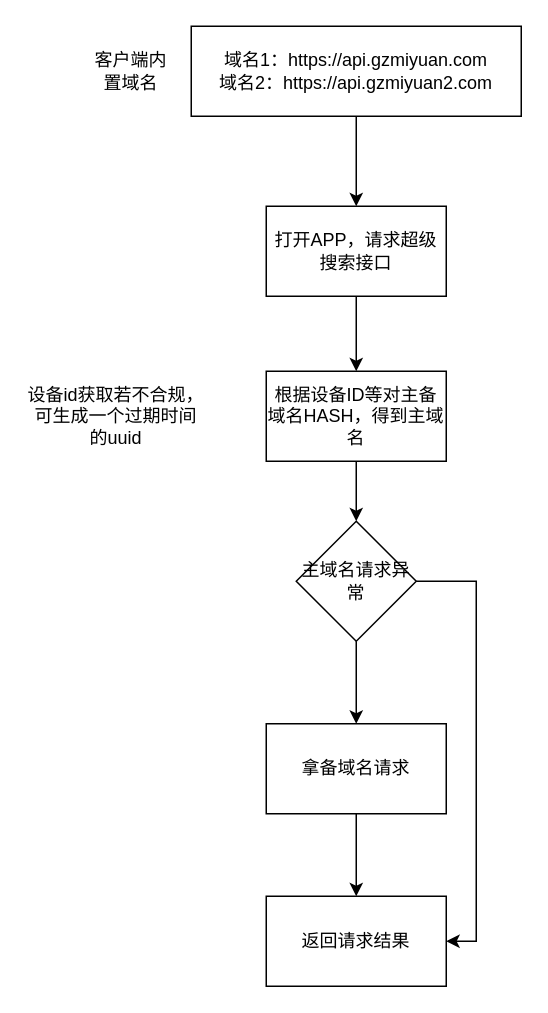
This is 用户维度获取主备域名.drawio from smallleaf/draw.io, a draw.io file, before an edit. Source tidied: cells renumbered, new cells numbered last; positions are measured from the earlier drawing's top-left corner, leaving out a move shared by most shapes. Both pictures are drawn from the tidied source at 150%, with x=0, y=0 at pixel (26, 26).
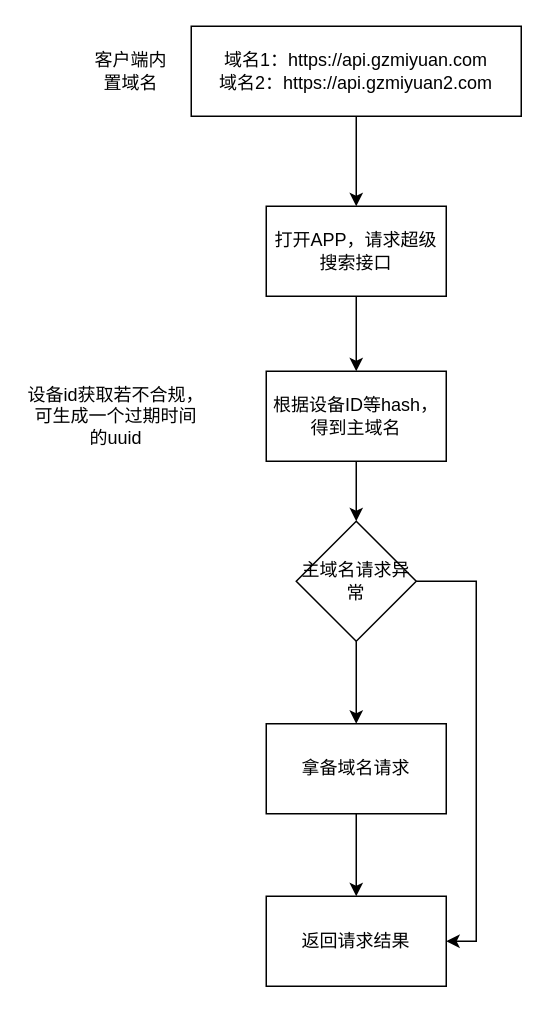
After the change.

Commit message (it also covers changes not shown here):
更新用户维度获取主备域名.drawio

Change to the diagram source:
```diff
@@
 <mxGraphModel>
   <root>
     <mxCell id="0" />
     <mxCell id="1" parent="0" />
     <mxCell id="2" style="edgeStyle=orthogonalEdgeStyle;rounded=0;jettySize=auto;html=1;exitX=0.5;exitY=1;exitDx=0;exitDy=0;entryX=0.5;entryY=0;entryDx=0;entryDy=0;" parent="1" edge="1" source="3" target="6">
       <mxGeometry relative="1" as="geometry" />
     </mxCell>
     <mxCell id="3" value="&lt;span style=&quot;text-wrap: nowrap;&quot;&gt;域名1：https://api.gzmiyuan.com&lt;/span&gt;&lt;div style=&quot;text-wrap: nowrap;&quot;&gt;域名2：https://api.gzmiyuan2.com&lt;/div&gt;" style="rounded=0;whiteSpace=wrap;html=1;" parent="1" vertex="1">
       <mxGeometry x="110" width="220" height="60" as="geometry" />
     </mxCell>
     <mxCell id="4" value="客户端内置域名" style="text;html=1;align=center;verticalAlign=middle;whiteSpace=wrap;rounded=0;" parent="1" vertex="1">
       <mxGeometry x="40" y="17.5" width="60" height="25" as="geometry" />
     </mxCell>
     <mxCell id="5" style="edgeStyle=orthogonalEdgeStyle;rounded=0;jettySize=auto;html=1;exitX=0.5;exitY=1;exitDx=0;exitDy=0;entryX=0.5;entryY=0;entryDx=0;entryDy=0;" parent="1" edge="1" source="6" target="8">
       <mxGeometry relative="1" as="geometry" />
     </mxCell>
     <mxCell id="6" value="打开APP，请求超级搜索接口" style="rounded=0;whiteSpace=wrap;html=1;" parent="1" vertex="1">
       <mxGeometry x="160" y="120" width="120" height="60" as="geometry" />
     </mxCell>
     <mxCell id="7" style="edgeStyle=orthogonalEdgeStyle;rounded=0;jettySize=auto;html=1;exitX=0.5;exitY=1;exitDx=0;exitDy=0;" parent="1" edge="1" source="8" target="12">
       <mxGeometry relative="1" as="geometry" />
     </mxCell>
-    <mxCell id="8" value="根据设备ID等对主备域名HASH，得到主域名" style="rounded=0;whiteSpace=wrap;html=1;" parent="1" vertex="1">
+    <mxCell id="8" value="根据设备ID等hash，得到主域名" style="rounded=0;whiteSpace=wrap;html=1;" parent="1" vertex="1">
       <mxGeometry x="160" y="230" width="120" height="60" as="geometry" />
     </mxCell>
     <mxCell id="9" value="设备id获取若不合规，可生成一个过期时间的uuid" style="text;html=1;align=center;verticalAlign=middle;whiteSpace=wrap;rounded=0;" parent="1" vertex="1">
       <mxGeometry y="247.5" width="120" height="25" as="geometry" />
     </mxCell>
     <mxCell id="10" style="edgeStyle=orthogonalEdgeStyle;rounded=0;jettySize=auto;html=1;exitX=1;exitY=0.5;exitDx=0;exitDy=0;entryX=1;entryY=0.5;entryDx=0;entryDy=0;" parent="1" edge="1" source="12" target="15">
       <mxGeometry relative="1" as="geometry" />
     </mxCell>
     <mxCell id="11" style="edgeStyle=orthogonalEdgeStyle;rounded=0;jettySize=auto;html=1;exitX=0.5;exitY=1;exitDx=0;exitDy=0;entryX=0.5;entryY=0;entryDx=0;entryDy=0;" parent="1" edge="1" source="12" target="14">
       <mxGeometry relative="1" as="geometry" />
     </mxCell>
     <mxCell id="12" value="主域名请求异常" style="rhombus;whiteSpace=wrap;html=1;" parent="1" vertex="1">
       <mxGeometry x="180" y="330" width="80" height="80" as="geometry" />
     </mxCell>
     <mxCell id="13" style="edgeStyle=orthogonalEdgeStyle;rounded=0;jettySize=auto;html=1;exitX=0.5;exitY=1;exitDx=0;exitDy=0;entryX=0.5;entryY=0;entryDx=0;entryDy=0;" parent="1" edge="1" source="14" target="15">
       <mxGeometry relative="1" as="geometry" />
     </mxCell>
     <mxCell id="14" value="拿备域名请求" style="rounded=0;whiteSpace=wrap;html=1;" parent="1" vertex="1">
       <mxGeometry x="160" y="465" width="120" height="60" as="geometry" />
     </mxCell>
     <mxCell id="15" value="返回请求结果" style="rounded=0;whiteSpace=wrap;html=1;" parent="1" vertex="1">
       <mxGeometry x="160" y="580" width="120" height="60" as="geometry" />
     </mxCell>
   </root>
 </mxGraphModel>
```
